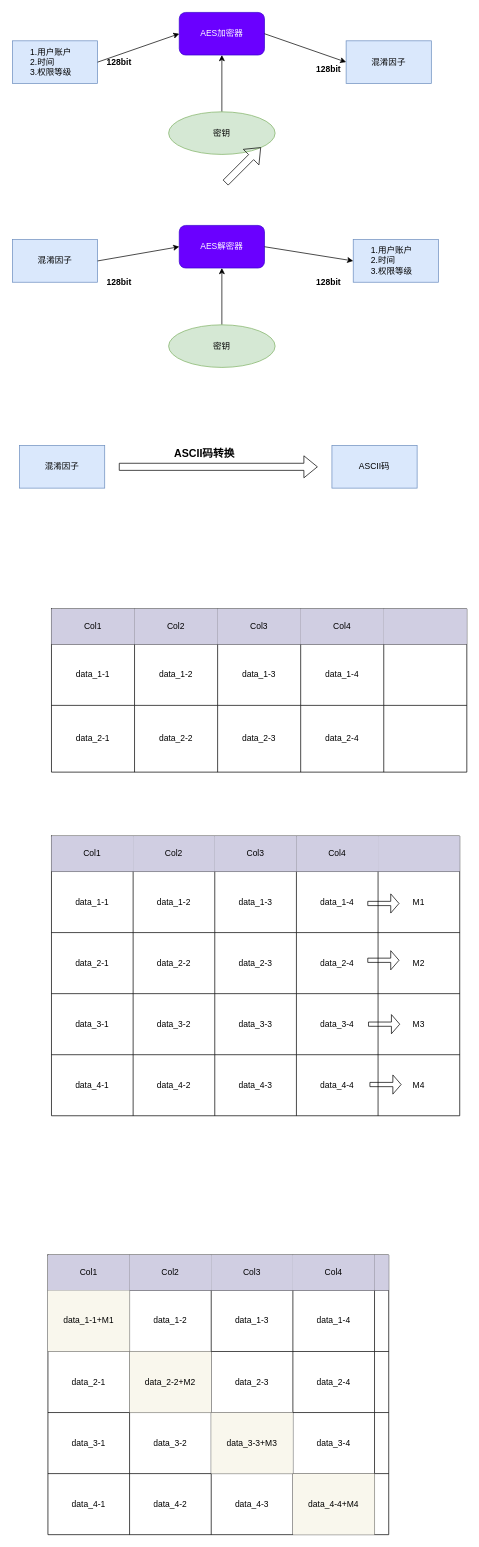
This is 未命名绘图.drawio from eragonhuang/house, a draw.io file, before an edit. Source tidied: cells renumbered, new cells numbered last; positions are measured from the earlier drawing's top-left corner, leaving out a move shared by most shapes. Both pictures are drawn from the tidied source at 71%, with x=0, y=0 at pixel (12, 12).
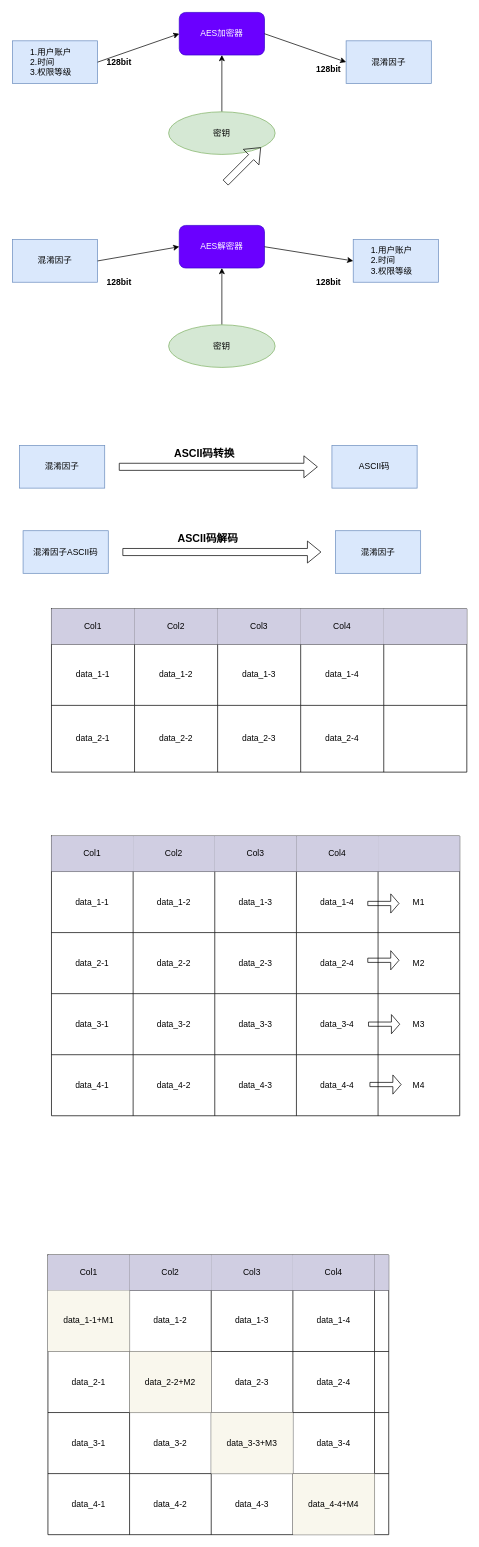
The same page after the edit.

Commit message:
更新未命名绘图.drawio

Change to the diagram source:
```diff
@@
+    <mxCell id="110" value="混淆因子ASCII码" style="rounded=0;whiteSpace=wrap;html=1;fillColor=#dae8fc;strokeColor=#6c8ebf;" parent="1" vertex="1">
+      <mxGeometry x="15" y="730" width="120" height="60" as="geometry" />
+    </mxCell>
+    <mxCell id="111" value="混淆因子" style="rounded=0;whiteSpace=wrap;html=1;fillColor=#dae8fc;strokeColor=#6c8ebf;" parent="1" vertex="1">
+      <mxGeometry x="455" y="730" width="120" height="60" as="geometry" />
+    </mxCell>
+    <mxCell id="112" style="shape=flexArrow;endArrow=classic;html=1;" parent="1" edge="1">
+      <mxGeometry relative="1" as="geometry">
+        <mxPoint x="155" y="760" as="sourcePoint" />
+        <mxPoint x="435" y="760" as="targetPoint" />
+        <Array as="points">
+          <mxPoint x="155" y="760" />
+        </Array>
+      </mxGeometry>
+    </mxCell>
+    <mxCell id="113" value="&lt;b&gt;&lt;font style=&quot;font-size: 15px&quot;&gt;ASCII码解码&lt;/font&gt;&lt;/b&gt;" style="text;html=1;align=center;verticalAlign=middle;fillColor=none;strokeColor=none;rounded=0;" parent="1" vertex="1">
+      <mxGeometry x="225" y="730" width="100" height="20" as="geometry" />
+    </mxCell>
```
